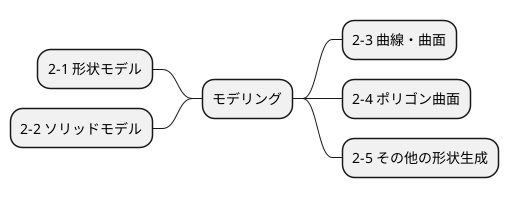
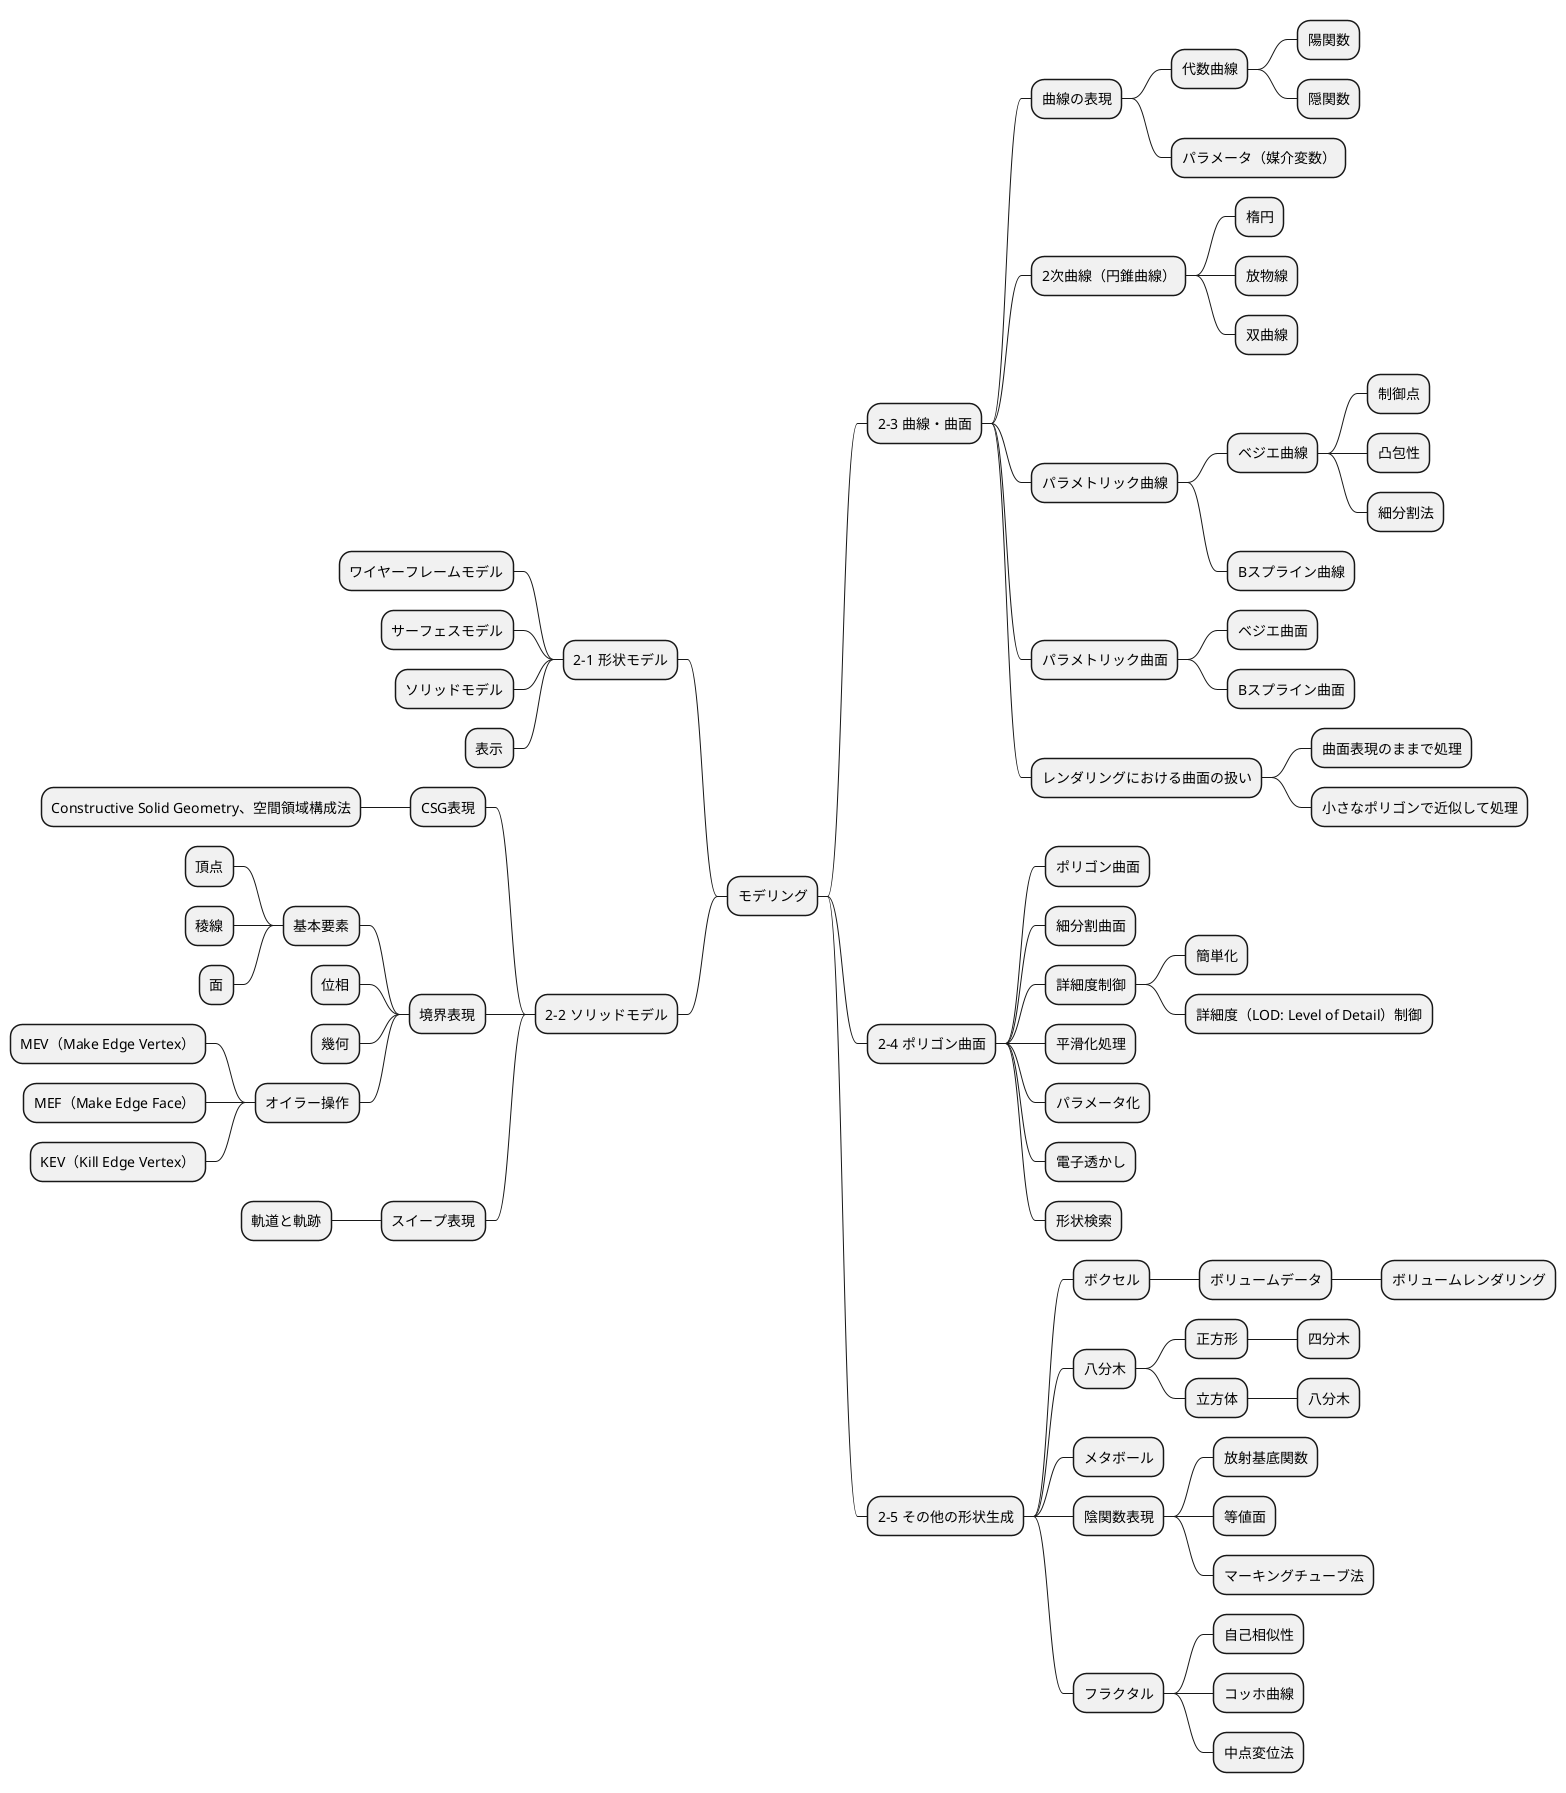
@startmindmap img_proc_basic_02
+ モデリング
+ 
-- 2-1 形状モデル
+ --- ワイヤーフレームモデル
+ --- サーフェスモデル
+ --- ソリッドモデル
+ --- 表示
+ 
-- 2-2 ソリッドモデル
+ --- CSG表現
+ ---- Constructive Solid Geometry、空間領域構成法
+ --- 境界表現
+ ---- 基本要素
+ ----- 頂点
+ ----- 稜線
+ ----- 面
+ ---- 位相
+ ---- 幾何
+ ---- オイラー操作
+ ----- MEV（Make Edge Vertex）
+ ----- MEF（Make Edge Face）
+ ----- KEV（Kill Edge Vertex）
+ --- スイープ表現
+ ---- 軌道と軌跡
+ 
++ 2-3 曲線・曲面
+ +++ 曲線の表現
+ ++++ 代数曲線
+ +++++ 陽関数
+ +++++ 隠関数
+ ++++ パラメータ（媒介変数）
+ +++ 2次曲線（円錐曲線）
+ ++++ 楕円
+ ++++ 放物線
+ ++++ 双曲線
+ +++ パラメトリック曲線
+ ++++ ベジエ曲線
+ +++++ 制御点
+ +++++ 凸包性
+ +++++ 細分割法
+ ++++ Bスプライン曲線
+ +++ パラメトリック曲面
+ ++++ ベジエ曲面
+ ++++ Bスプライン曲面
+ +++ レンダリングにおける曲面の扱い
+ ++++ 曲面表現のままで処理
+ ++++ 小さなポリゴンで近似して処理
+ 
++ 2-4 ポリゴン曲面
+ +++ ポリゴン曲面
+ +++ 細分割曲面
+ +++ 詳細度制御
+ ++++ 簡単化
+ ++++ 詳細度（LOD: Level of Detail）制御
+ +++ 平滑化処理
+ +++ パラメータ化
+ +++ 電子透かし
+ +++ 形状検索
+ 
++ 2-5 その他の形状生成
+ +++ ボクセル
+ ++++ ボリュームデータ
+ +++++ ボリュームレンダリング
+ +++ 八分木
+ ++++ 正方形
+ +++++ 四分木
+ ++++ 立方体
+ +++++ 八分木
+ +++ メタボール
+ +++ 陰関数表現
+ ++++ 放射基底関数
+ ++++ 等値面
+ ++++ マーキングチューブ法
+ +++ フラクタル
+ ++++ 自己相似性
+ ++++ コッホ曲線
+ ++++ 中点変位法
@endmindmap